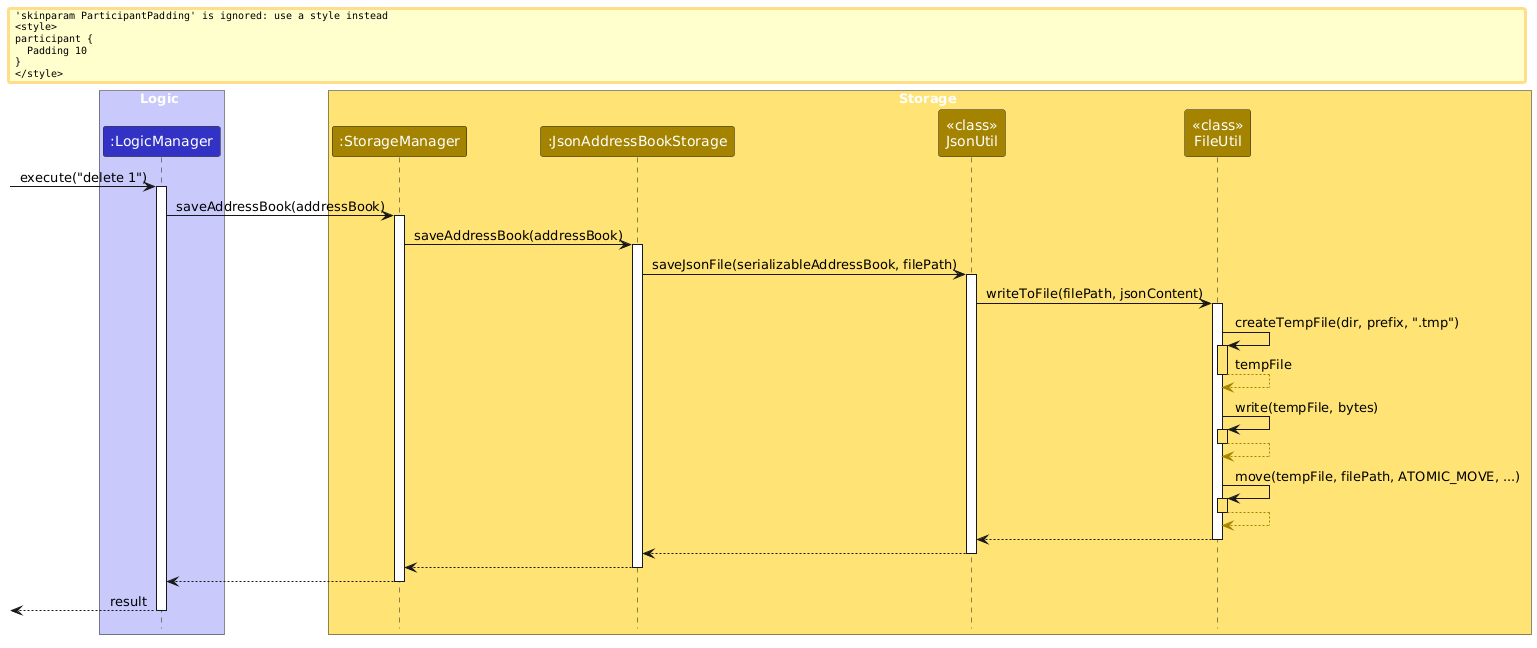
Earlier version of the PlantUML export docs/images/AtomicWriteSequenceDiagram.png (AY2627S1-CS2103T-F11-1/tp).
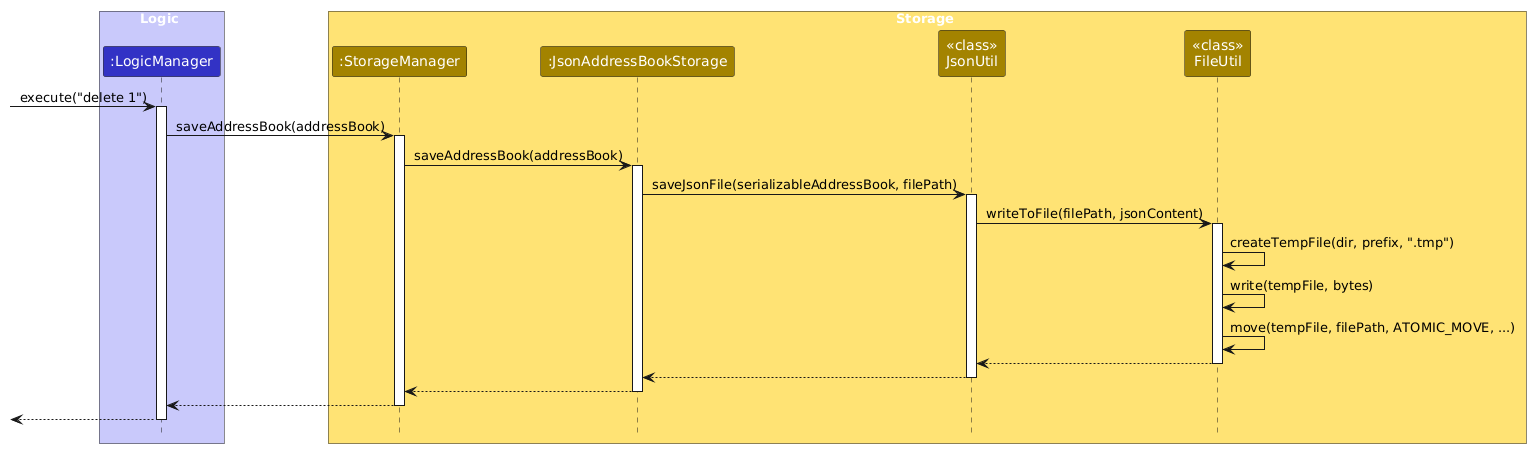
After the change.

Commit message:
Fix styling and visual notation issues in storage sequence diagrams

Change to the diagram source:
```diff
@@ -64,7 +64,6 @@
 
 skinparam ArrowFontStyle bold
 skinparam MinClassWidth 50
-skinparam ParticipantPadding 10
 skinparam Shadowing false
 skinparam DefaultTextAlignment center
 skinparam packageStyle Rectangle
@@ -102,19 +101,8 @@
 activate FileUtil
 
 FileUtil -> FileUtil : createTempFile(dir, prefix, ".tmp")
-activate FileUtil STORAGE_COLOR_T1
-FileUtil --[STORAGE_COLOR]> FileUtil : tempFile
-deactivate FileUtil
-
 FileUtil -> FileUtil : write(tempFile, bytes)
-activate FileUtil STORAGE_COLOR_T1
-FileUtil --[STORAGE_COLOR]> FileUtil
-deactivate FileUtil
-
 FileUtil -> FileUtil : move(tempFile, filePath, ATOMIC_MOVE, ...)
-activate FileUtil STORAGE_COLOR_T1
-FileUtil --[STORAGE_COLOR]> FileUtil
-deactivate FileUtil
 
 FileUtil --> JsonUtil
 deactivate FileUtil
@@ -128,6 +116,6 @@
 StorageManager --> LogicManager
 deactivate StorageManager
 
-[<-- LogicManager : result
+[<-- LogicManager
 deactivate LogicManager
 @enduml
```
